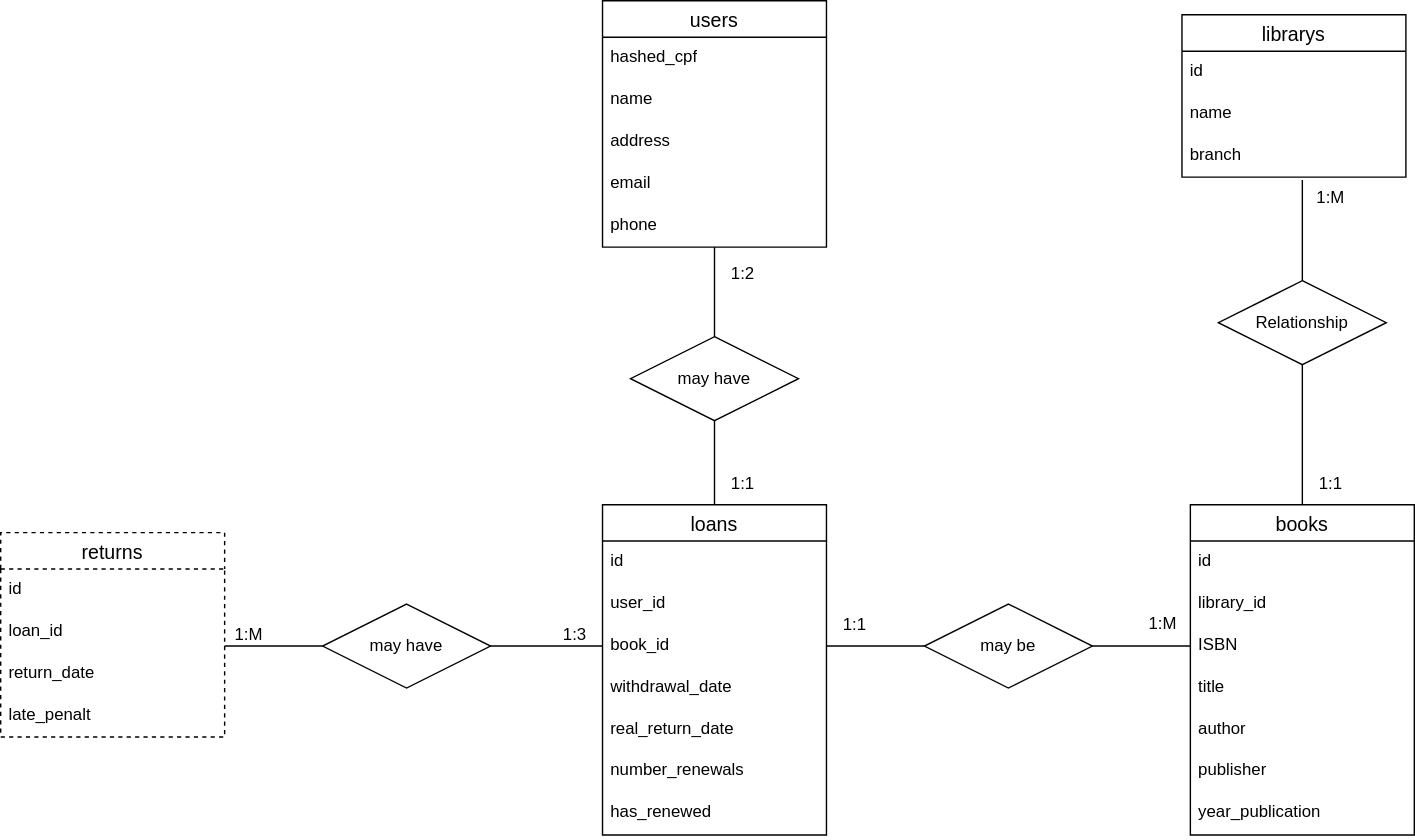
HenriqueStocco/database-repository-pablo keeps this draw.io diagram as ManagerLibrarySystem.drawio.svg. Above is the earlier version. Source tidied: cells renumbered, new cells last; positions are measured from the earlier drawing's top-left corner, leaving out a move shared by most shapes.
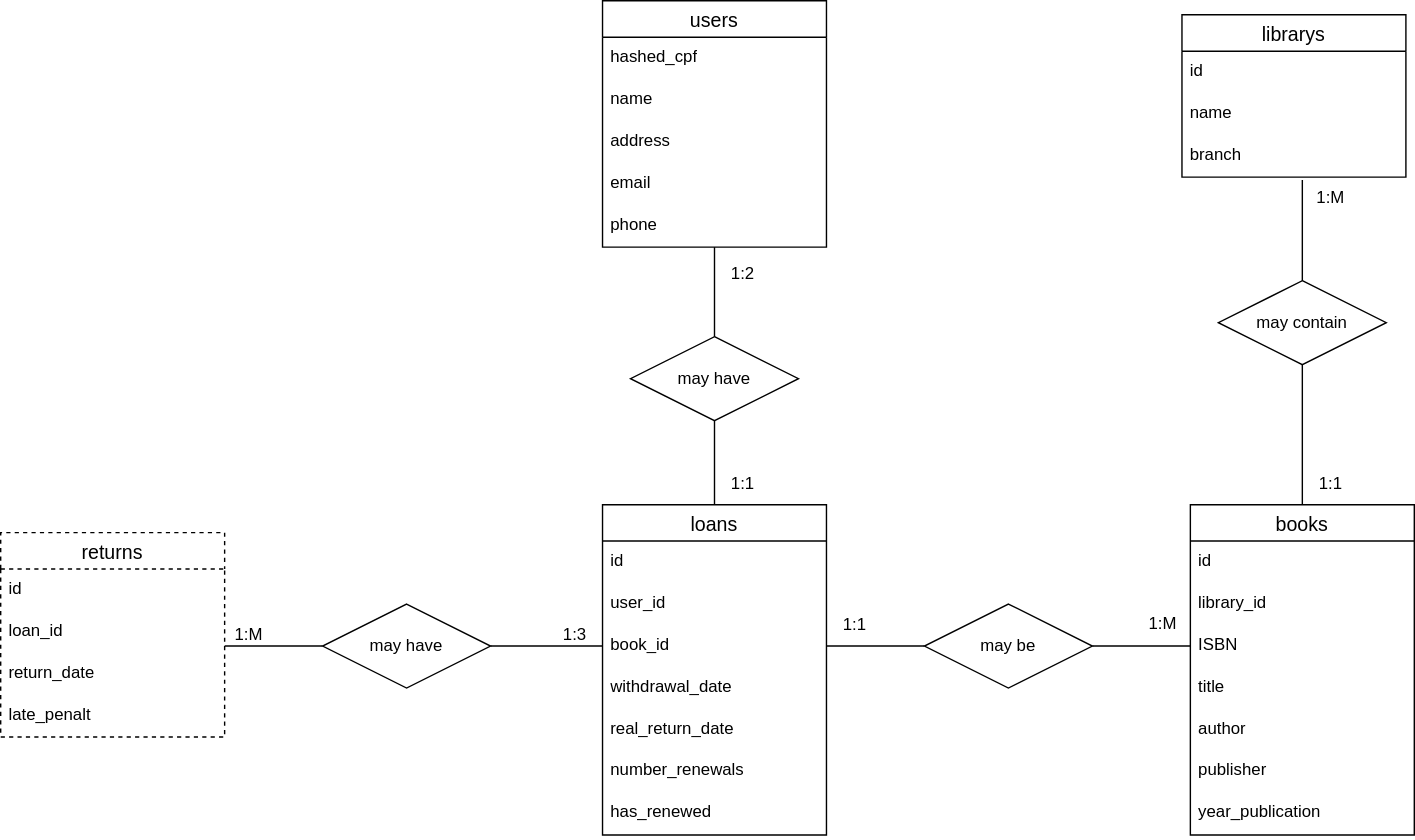
Above is the later version.

Commit message:
doc: add name for each relationship

The edit, as a diff of the source:
```diff
@@ -113,7 +113,7 @@
     <mxCell id="38" style="edgeStyle=orthogonalEdgeStyle;rounded=0;jettySize=auto;html=1;exitX=0.5;exitY=1;exitDx=0;exitDy=0;entryX=0.5;entryY=0;entryDx=0;entryDy=0;endArrow=none;endFill=0;" parent="1" edge="1" source="39" target="2">
       <mxGeometry relative="1" as="geometry" />
     </mxCell>
-    <mxCell id="39" value="Relationship" style="shape=rhombus;perimeter=rhombusPerimeter;whiteSpace=wrap;html=1;align=center;" parent="1" vertex="1">
+    <mxCell id="39" value="may contain" style="shape=rhombus;perimeter=rhombusPerimeter;whiteSpace=wrap;html=1;align=center;" parent="1" vertex="1">
       <mxGeometry x="870" y="200" width="120" height="60" as="geometry" />
     </mxCell>
     <mxCell id="40" value="returns" style="swimlane;fontStyle=0;horizontal=1;startSize=26;align=center;fontSize=14;dashed=1;" parent="1" vertex="1">
```
